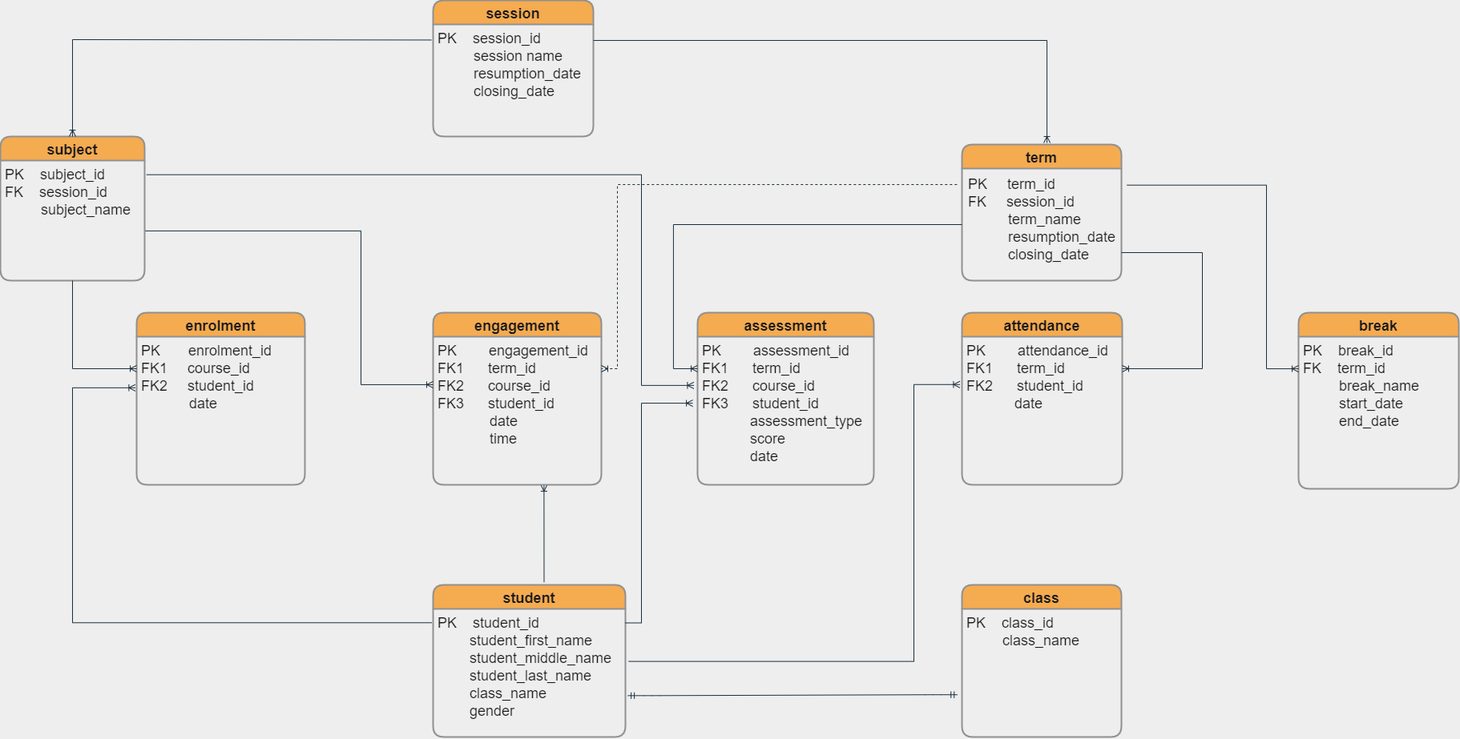
KelvinJC/SIMS-Desktop-app keeps this draw.io diagram as app/images/sims_ERD.png. Above is the earlier version. Source tidied: cells renumbered, new cells last; positions are measured from the earlier drawing's top-left corner, leaving out a move shared by most shapes.
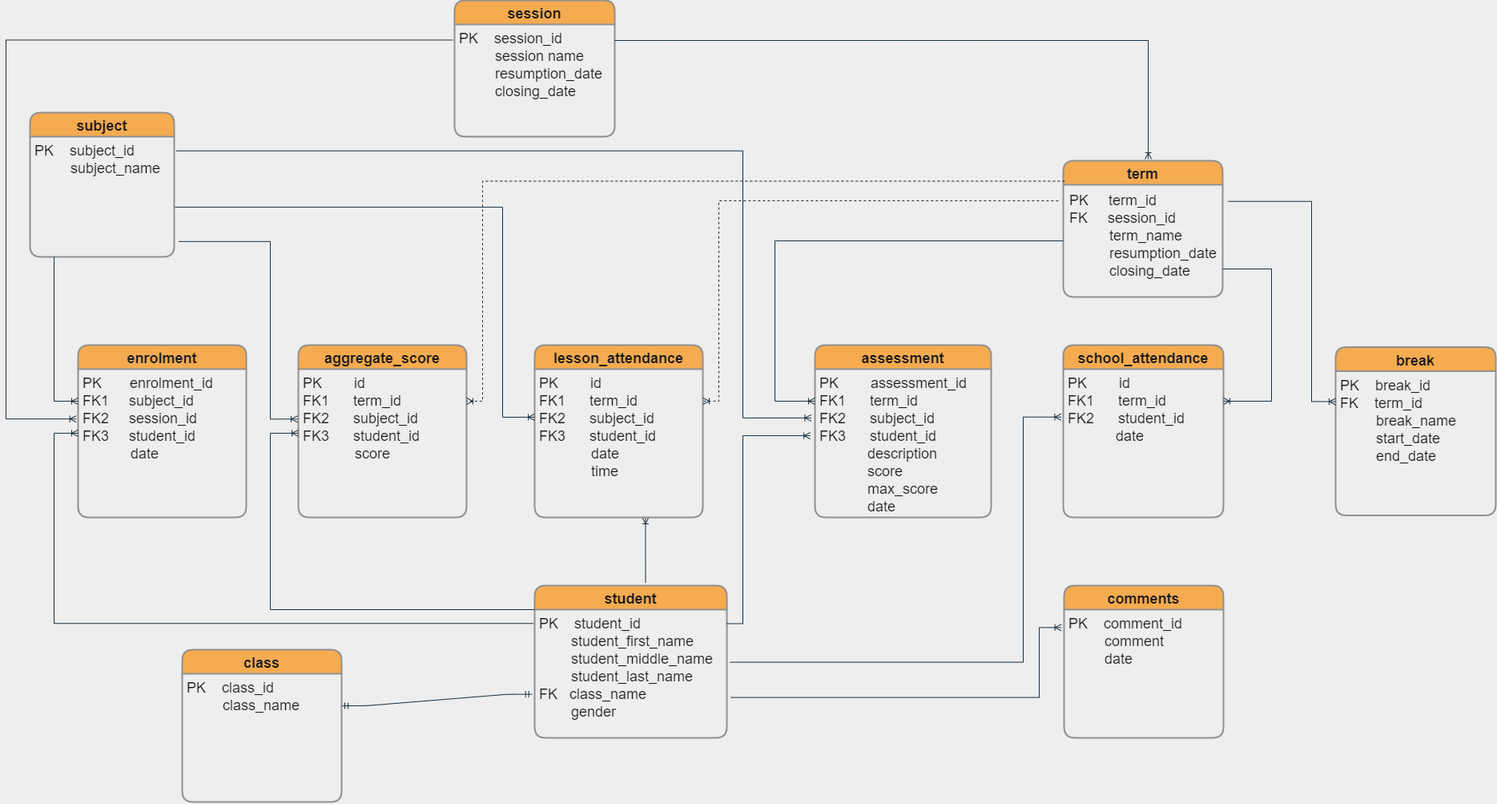
The same diagram one commit later.

Diff of the diagram source:
```diff
@@ -11,3 +11,3 @@
     <mxCell id="4" value="term" style="swimlane;horizontal=1;startSize=30;rounded=1;fontSize=18;fontStyle=1;strokeWidth=2;shadow=0;dashed=0;align=center;spacing=6;fillColor=#F5AB50;strokeColor=#909090;fontColor=#1A1A1A;" parent="1" vertex="1">
-      <mxGeometry x="1200" y="190" width="199" height="170" as="geometry" />
+      <mxGeometry x="1300" y="210" width="199" height="170" as="geometry" />
     </mxCell>
@@ -20,5 +20,5 @@
     <mxCell id="7" value="assessment" style="swimlane;horizontal=1;startSize=30;rounded=1;fontSize=18;fontStyle=1;strokeWidth=2;shadow=0;dashed=0;align=center;fillColor=#F5AB50;strokeColor=#909090;fontColor=#1A1A1A;" parent="1" vertex="1">
-      <mxGeometry x="870" y="400" width="220" height="215" as="geometry" />
+      <mxGeometry x="990" y="440" width="220" height="215" as="geometry" />
     </mxCell>
-    <mxCell id="8" value="PK        assessment_id&#10;FK1      term_id&#10;FK2      course_id&#10;FK3      student_id&#10;            assessment_type&#10;            score&#10;            date&#10;           &#10;" style="align=left;strokeColor=none;fillColor=none;spacingLeft=4;fontSize=18;verticalAlign=top;fontColor=#1A1A1A;" parent="7" vertex="1">
+    <mxCell id="8" value="PK        assessment_id&#10;FK1      term_id&#10;FK2      subject_id&#10;FK3      student_id&#10;            description&#10;            score&#10;            max_score&#10;            date&#10;           &#10;" style="align=left;strokeColor=none;fillColor=none;spacingLeft=4;fontSize=18;verticalAlign=top;fontColor=#1A1A1A;" parent="7" vertex="1">
       <mxGeometry y="30" width="220" height="185" as="geometry" />
@@ -28,6 +28,6 @@
     </mxCell>
-    <mxCell id="10" value="attendance" style="swimlane;horizontal=1;startSize=30;rounded=1;fontSize=18;fontStyle=1;strokeWidth=2;shadow=0;dashed=0;align=center;fillColor=#F5AB50;strokeColor=#909090;fontColor=#1A1A1A;" parent="1" vertex="1">
-      <mxGeometry x="1200" y="400" width="200" height="215" as="geometry" />
+    <mxCell id="10" value="school_attendance" style="swimlane;horizontal=1;startSize=30;rounded=1;fontSize=18;fontStyle=1;strokeWidth=2;shadow=0;dashed=0;align=center;fillColor=#F5AB50;strokeColor=#909090;fontColor=#1A1A1A;" parent="1" vertex="1">
+      <mxGeometry x="1300" y="440" width="200" height="215" as="geometry" />
     </mxCell>
-    <mxCell id="11" value="PK        attendance_id    &#10;FK1      term_id&#10;FK2      student_id&#10;            date &#10;" style="align=left;strokeColor=none;fillColor=none;spacingLeft=4;fontSize=18;verticalAlign=top;fontColor=#1A1A1A;" parent="10" vertex="1">
+    <mxCell id="11" value="PK        id    &#10;FK1      term_id&#10;FK2      student_id&#10;            date &#10;" style="align=left;strokeColor=none;fillColor=none;spacingLeft=4;fontSize=18;verticalAlign=top;fontColor=#1A1A1A;" parent="10" vertex="1">
       <mxGeometry y="30" width="200" height="185" as="geometry" />
@@ -35,5 +35,5 @@
     <mxCell id="12" value="subject" style="swimlane;horizontal=1;startSize=30;rounded=1;fontSize=18;fontStyle=1;strokeWidth=2;shadow=0;dashed=0;align=center;fillColor=#F5AB50;strokeColor=#909090;fontColor=#1A1A1A;" parent="1" vertex="1">
-      <mxGeometry y="180" width="180" height="180" as="geometry" />
+      <mxGeometry x="10" y="150" width="180" height="180" as="geometry" />
     </mxCell>
-    <mxCell id="13" value="PK    subject_id&#10;FK    session_id&#10;         subject_name&#10;         " style="align=left;strokeColor=none;fillColor=none;spacingLeft=4;fontSize=18;verticalAlign=top;fontColor=#1A1A1A;" parent="12" vertex="1">
+    <mxCell id="13" value="PK    subject_id&#10;         subject_name&#10;         " style="align=left;strokeColor=none;fillColor=none;spacingLeft=4;fontSize=18;verticalAlign=top;fontColor=#1A1A1A;" parent="12" vertex="1">
       <mxGeometry y="30" width="180" height="150" as="geometry" />
@@ -41,5 +41,5 @@
     <mxCell id="14" value="student" style="swimlane;horizontal=1;startSize=30;rounded=1;fontSize=18;fontStyle=1;strokeWidth=2;shadow=0;dashed=0;align=center;fillColor=#F5AB50;strokeColor=#909090;fontColor=#1A1A1A;" parent="1" vertex="1">
-      <mxGeometry x="540" y="740" width="240" height="190" as="geometry" />
+      <mxGeometry x="640" y="740" width="240" height="190" as="geometry" />
     </mxCell>
-    <mxCell id="15" value="PK    student_id&#10;        student_first_name&#10;        student_middle_name&#10;        student_last_name&#10;        class_name&#10;        gender&#10;" style="align=left;strokeColor=none;fillColor=none;spacingLeft=4;fontSize=18;verticalAlign=top;fontColor=#1A1A1A;" parent="14" vertex="1">
+    <mxCell id="15" value="PK    student_id&#10;        student_first_name&#10;        student_middle_name&#10;        student_last_name&#10;FK   class_name&#10;        gender&#10;" style="align=left;strokeColor=none;fillColor=none;spacingLeft=4;fontSize=18;verticalAlign=top;fontColor=#1A1A1A;" parent="14" vertex="1">
       <mxGeometry y="30" width="240" height="160" as="geometry" />
@@ -49,2 +49,3 @@
         <Array as="points">
+          <mxPoint x="900" y="420" />
           <mxPoint x="800" y="300" />
@@ -59,2 +60,3 @@
         <Array as="points">
+          <mxPoint x="1560" y="420" />
           <mxPoint x="1500" y="340" />
@@ -63,7 +65,6 @@
     </mxCell>
-    <mxCell id="19" style="fontSize=12;html=1;endArrow=ERoneToMany;rounded=0;elbow=vertical;labelBackgroundColor=#EEEEEE;strokeColor=#182E3E;fontColor=#1A1A1A;edgeStyle=elbowEdgeStyle;exitX=-0.011;exitY=0.139;exitDx=0;exitDy=0;exitPerimeter=0;entryX=0.5;entryY=0;entryDx=0;entryDy=0;" parent="1" edge="1" source="3" target="12">
+    <mxCell id="19" style="fontSize=12;html=1;endArrow=ERoneToMany;rounded=0;labelBackgroundColor=#EEEEEE;strokeColor=#182E3E;fontColor=#1A1A1A;edgeStyle=elbowEdgeStyle;exitX=-0.011;exitY=0.139;exitDx=0;exitDy=0;exitPerimeter=0;entryX=-0.011;entryY=0.336;entryDx=0;entryDy=0;entryPerimeter=0;" parent="1" edge="1" source="3" target="27">
       <mxGeometry relative="1" as="geometry">
         <Array as="points">
-          <mxPoint x="390" y="59" />
-          <mxPoint x="270" />
+          <mxPoint x="-20" y="270" />
         </Array>
@@ -71,3 +72,3 @@
     </mxCell>
-    <mxCell id="20" style="edgeStyle=entityRelationEdgeStyle;fontSize=12;html=1;endArrow=ERmandOne;startArrow=ERmandOne;rounded=1;sketch=0;fontColor=#1A1A1A;strokeColor=#182E3E;curved=0;exitX=1.013;exitY=0.677;exitDx=0;exitDy=0;entryX=-0.029;entryY=0.67;entryDx=0;entryDy=0;labelBackgroundColor=#EEEEEE;exitPerimeter=0;entryPerimeter=0;" parent="1" edge="1" source="15" target="22">
+    <mxCell id="20" style="edgeStyle=entityRelationEdgeStyle;fontSize=12;html=1;endArrow=ERmandOne;startArrow=ERmandOne;rounded=1;sketch=0;fontColor=#1A1A1A;strokeColor=#182E3E;curved=0;exitX=-0.014;exitY=0.66;exitDx=0;exitDy=0;entryX=1;entryY=0.25;entryDx=0;entryDy=0;labelBackgroundColor=#EEEEEE;exitPerimeter=0;" parent="1" edge="1" source="15" target="22">
       <mxGeometry relative="1" as="geometry" />
@@ -75,3 +76,3 @@
     <mxCell id="21" value="class" style="swimlane;horizontal=1;startSize=30;rounded=1;fontSize=18;fontStyle=1;strokeWidth=2;shadow=0;dashed=0;align=center;sketch=0;fontColor=#1A1A1A;fillColor=#F5AB50;strokeColor=#909090;" parent="1" vertex="1">
-      <mxGeometry x="1200" y="740" width="199" height="190" as="geometry" />
+      <mxGeometry x="200" y="820" width="199" height="190" as="geometry" />
     </mxCell>
@@ -80,4 +81,4 @@
     </mxCell>
-    <mxCell id="23" value="engagement" style="swimlane;horizontal=1;startSize=30;rounded=1;fontSize=18;fontStyle=1;strokeWidth=2;shadow=0;dashed=0;align=center;fillColor=#F5AB50;strokeColor=#909090;fontColor=#1A1A1A;" parent="1" vertex="1">
-      <mxGeometry x="540" y="400" width="210" height="215" as="geometry" />
+    <mxCell id="23" value="lesson_attendance" style="swimlane;horizontal=1;startSize=30;rounded=1;fontSize=18;fontStyle=1;strokeWidth=2;shadow=0;dashed=0;align=center;fillColor=#F5AB50;strokeColor=#909090;fontColor=#1A1A1A;" parent="1" vertex="1">
+      <mxGeometry x="640" y="440" width="210" height="215" as="geometry" />
     </mxCell>
@@ -92,3 +93,3 @@
     </mxCell>
-    <mxCell id="25" value="PK        engagement_id    &#10;FK1      term_id&#10;FK2      course_id&#10;FK3      student_id&#10;             date&#10;             time  &#10;" style="align=left;strokeColor=none;fillColor=none;spacingLeft=4;fontSize=18;verticalAlign=top;fontColor=#1A1A1A;" parent="23" vertex="1">
+    <mxCell id="25" value="PK        id    &#10;FK1      term_id&#10;FK2      subject_id&#10;FK3      student_id&#10;             date&#10;             time  &#10;" style="align=left;strokeColor=none;fillColor=none;spacingLeft=4;fontSize=18;verticalAlign=top;fontColor=#1A1A1A;" parent="23" vertex="1">
       <mxGeometry y="30" width="210" height="185" as="geometry" />
@@ -96,10 +97,12 @@
     <mxCell id="26" value="enrolment" style="swimlane;horizontal=1;startSize=30;rounded=1;fontSize=18;fontStyle=1;strokeWidth=2;shadow=0;dashed=0;align=center;fillColor=#F5AB50;strokeColor=#909090;fontColor=#1A1A1A;" parent="1" vertex="1">
-      <mxGeometry x="170" y="400" width="210" height="215" as="geometry" />
+      <mxGeometry x="70" y="440" width="210" height="215" as="geometry" />
     </mxCell>
-    <mxCell id="27" value="PK       enrolment_id&#10;FK1     course_id&#10;FK2     student_id&#10;            date&#10;&#10;" style="align=left;strokeColor=none;fillColor=none;spacingLeft=4;fontSize=18;verticalAlign=top;fontColor=#1A1A1A;" parent="26" vertex="1">
+    <mxCell id="27" value="PK       enrolment_id&#10;FK1     subject_id&#10;FK2     session_id&#10;FK3     student_id&#10;            date&#10;&#10;" style="align=left;strokeColor=none;fillColor=none;spacingLeft=4;fontSize=18;verticalAlign=top;fontColor=#1A1A1A;" parent="26" vertex="1">
       <mxGeometry y="30" width="210" height="185" as="geometry" />
     </mxCell>
-    <mxCell id="28" style="fontSize=12;html=1;endArrow=ERoneToMany;rounded=0;exitX=-0.007;exitY=0.108;exitDx=0;exitDy=0;exitPerimeter=0;labelBackgroundColor=#EEEEEE;strokeColor=#182E3E;fontColor=#1A1A1A;edgeStyle=elbowEdgeStyle;entryX=-0.008;entryY=0.345;entryDx=0;entryDy=0;entryPerimeter=0;" parent="1" edge="1" source="15" target="27">
+    <mxCell id="28" style="fontSize=12;html=1;endArrow=ERoneToMany;rounded=0;exitX=-0.007;exitY=0.108;exitDx=0;exitDy=0;exitPerimeter=0;labelBackgroundColor=#EEEEEE;strokeColor=#182E3E;fontColor=#1A1A1A;edgeStyle=elbowEdgeStyle;entryX=0;entryY=0.432;entryDx=0;entryDy=0;entryPerimeter=0;" parent="1" edge="1" source="15" target="27">
       <mxGeometry relative="1" as="geometry">
         <Array as="points">
+          <mxPoint x="40" y="600" />
+          <mxPoint x="70" y="670" />
           <mxPoint x="90" y="523" />
@@ -115,2 +118,3 @@
         <Array as="points">
+          <mxPoint x="900" y="610" />
           <mxPoint x="800" y="710" />
@@ -122,3 +126,3 @@
         <Array as="points">
-          <mxPoint x="1140" y="650" />
+          <mxPoint x="1250" y="660" />
         </Array>
@@ -129,2 +133,4 @@
         <Array as="points">
+          <mxPoint x="40" y="440" />
+          <mxPoint x="70" y="390" />
           <mxPoint x="90" y="440" />
@@ -138,2 +144,3 @@
         <Array as="points">
+          <mxPoint x="600" y="400" />
           <mxPoint x="450" y="350" />
@@ -145,2 +152,3 @@
         <Array as="points">
+          <mxPoint x="940" y="430" />
           <mxPoint x="839.9" y="330" />
@@ -150,6 +158,6 @@
     <mxCell id="34" value="break" style="swimlane;horizontal=1;startSize=30;rounded=1;fontSize=18;fontStyle=1;strokeWidth=2;shadow=0;dashed=0;align=center;sketch=0;fontColor=#1A1A1A;fillColor=#F5AB50;strokeColor=#909090;" parent="1" vertex="1">
-      <mxGeometry x="1620" y="400" width="200" height="220" as="geometry" />
+      <mxGeometry x="1640" y="442.5" width="200" height="210" as="geometry" />
     </mxCell>
     <mxCell id="35" value="PK    break_id&#10;FK    term_id&#10;         break_name&#10;         start_date&#10;         end_date&#10;" style="align=left;strokeColor=none;fillColor=none;spacingLeft=4;fontSize=18;verticalAlign=top;rounded=0;sketch=0;fontColor=#1A1A1A;" parent="34" vertex="1">
-      <mxGeometry y="30" width="200" height="190" as="geometry" />
+      <mxGeometry y="30" width="200" height="180" as="geometry" />
     </mxCell>
@@ -158,2 +166,3 @@
         <Array as="points">
+          <mxPoint x="1610" y="430" />
           <mxPoint x="1580" y="360" />
@@ -171,2 +180,52 @@
     </mxCell>
+    <mxCell id="38" value="aggregate_score" style="swimlane;horizontal=1;startSize=30;rounded=1;fontSize=18;fontStyle=1;strokeWidth=2;shadow=0;dashed=0;align=center;fillColor=#F5AB50;strokeColor=#909090;fontColor=#1A1A1A;" parent="1" vertex="1">
+      <mxGeometry x="345" y="440" width="210" height="215" as="geometry" />
+    </mxCell>
+    <mxCell id="39" style="fontSize=12;html=1;endArrow=ERoneToMany;rounded=0;labelBackgroundColor=#EEEEEE;strokeColor=#182E3E;fontColor=#1A1A1A;edgeStyle=elbowEdgeStyle;dashed=1;exitX=0.009;exitY=0.15;exitDx=0;exitDy=0;exitPerimeter=0;" parent="38" edge="1" source="4">
+      <mxGeometry relative="1" as="geometry">
+        <mxPoint x="210" y="70" as="targetPoint" />
+        <Array as="points">
+          <mxPoint x="230" y="-180" />
+          <mxPoint x="240" y="-50" />
+        </Array>
+      </mxGeometry>
+    </mxCell>
+    <mxCell id="40" value="PK        id    &#10;FK1      term_id&#10;FK2      subject_id&#10;FK3      student_id&#10;             score&#10;               &#10;" style="align=left;strokeColor=none;fillColor=none;spacingLeft=4;fontSize=18;verticalAlign=top;fontColor=#1A1A1A;" parent="38" vertex="1">
+      <mxGeometry y="30" width="210" height="185" as="geometry" />
+    </mxCell>
+    <mxCell id="41" style="fontSize=12;html=1;endArrow=ERoneToMany;rounded=0;labelBackgroundColor=#EEEEEE;strokeColor=#182E3E;fontColor=#1A1A1A;edgeStyle=elbowEdgeStyle;exitX=1.031;exitY=0.872;exitDx=0;exitDy=0;exitPerimeter=0;entryX=-0.005;entryY=0.337;entryDx=0;entryDy=0;entryPerimeter=0;" parent="1" edge="1" source="13" target="40">
+      <mxGeometry relative="1" as="geometry">
+        <Array as="points">
+          <mxPoint x="310" y="480" />
+          <mxPoint x="330" y="450" />
+          <mxPoint x="460" y="360" />
+        </Array>
+      </mxGeometry>
+    </mxCell>
+    <mxCell id="42" style="fontSize=12;html=1;endArrow=ERoneToMany;rounded=0;exitX=0;exitY=0;exitDx=0;exitDy=0;labelBackgroundColor=#EEEEEE;strokeColor=#182E3E;fontColor=#1A1A1A;edgeStyle=elbowEdgeStyle;entryX=0;entryY=0.432;entryDx=0;entryDy=0;entryPerimeter=0;" parent="1" edge="1" source="15" target="40">
+      <mxGeometry relative="1" as="geometry">
+        <Array as="points">
+          <mxPoint x="310" y="600" />
+          <mxPoint x="330" y="680" />
+          <mxPoint x="100" y="533" />
+          <mxPoint x="110" y="650" />
+          <mxPoint x="110" y="650" />
+          <mxPoint x="140" y="660" />
+          <mxPoint x="240" y="650" />
+        </Array>
+      </mxGeometry>
+    </mxCell>
+    <mxCell id="43" value="comments" style="swimlane;horizontal=1;startSize=30;rounded=1;fontSize=18;fontStyle=1;strokeWidth=2;shadow=0;dashed=0;align=center;sketch=0;fontColor=#1A1A1A;fillColor=#F5AB50;strokeColor=#909090;" parent="1" vertex="1">
+      <mxGeometry x="1301" y="740" width="199" height="190" as="geometry" />
+    </mxCell>
+    <mxCell id="44" value="PK    comment_id&#10;         comment&#10;         date" style="align=left;strokeColor=none;fillColor=none;spacingLeft=4;fontSize=18;verticalAlign=top;rounded=0;sketch=0;fontColor=#1A1A1A;" parent="43" vertex="1">
+      <mxGeometry y="30" width="199" height="160" as="geometry" />
+    </mxCell>
+    <mxCell id="45" style="fontSize=12;html=1;endArrow=ERoneToMany;rounded=0;labelBackgroundColor=#EEEEEE;strokeColor=#182E3E;fontColor=#1A1A1A;edgeStyle=elbowEdgeStyle;exitX=1.019;exitY=0.685;exitDx=0;exitDy=0;exitPerimeter=0;entryX=-0.017;entryY=0.14;entryDx=0;entryDy=0;entryPerimeter=0;" parent="1" edge="1" source="15" target="44">
+      <mxGeometry relative="1" as="geometry">
+        <Array as="points">
+          <mxPoint x="1270" y="820" />
+        </Array>
+      </mxGeometry>
+    </mxCell>
   </root>
```
